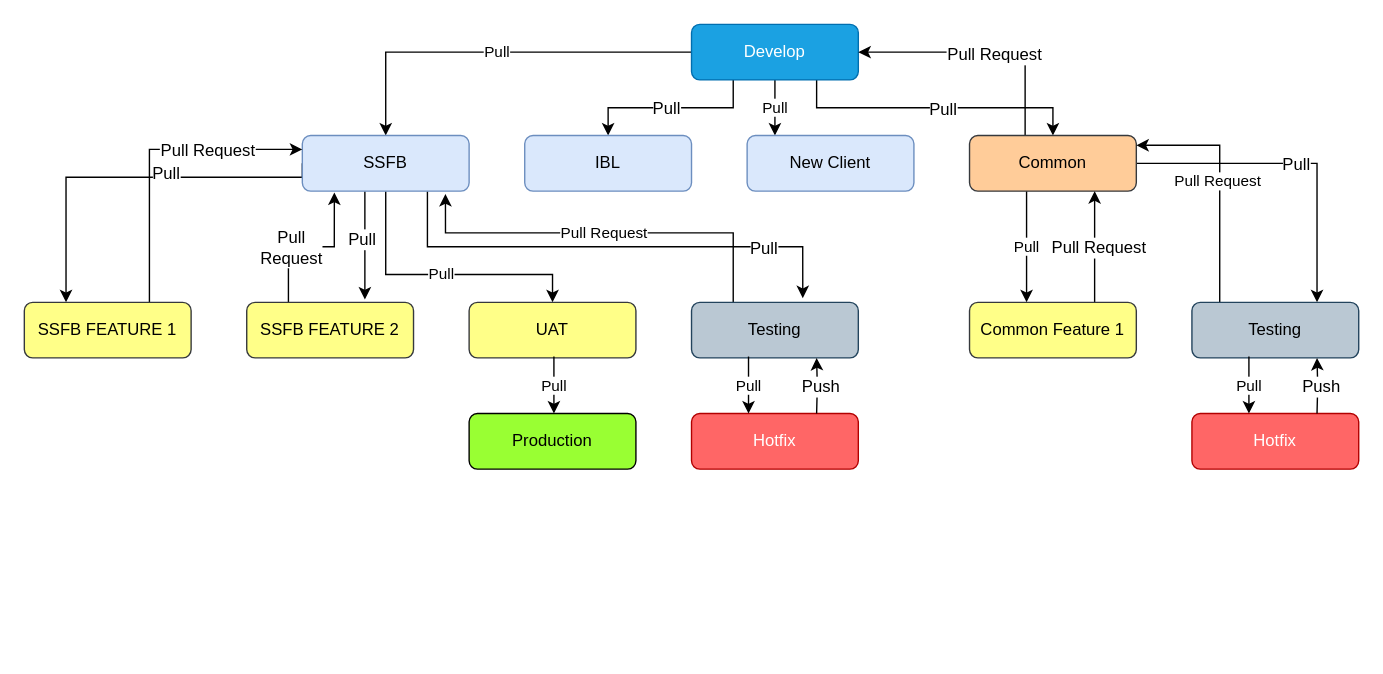
Before: Git Project Branching.drawio in OmprakashAmarwal/Wireframes, a draw.io diagram. Source tidied: cells renumbered, new cells numbered last; positions are measured from the earlier drawing's top-left corner, leaving out a move shared by most shapes. Both pictures are drawn from the tidied source at 139%, with x=0, y=0 at pixel (24, 24).
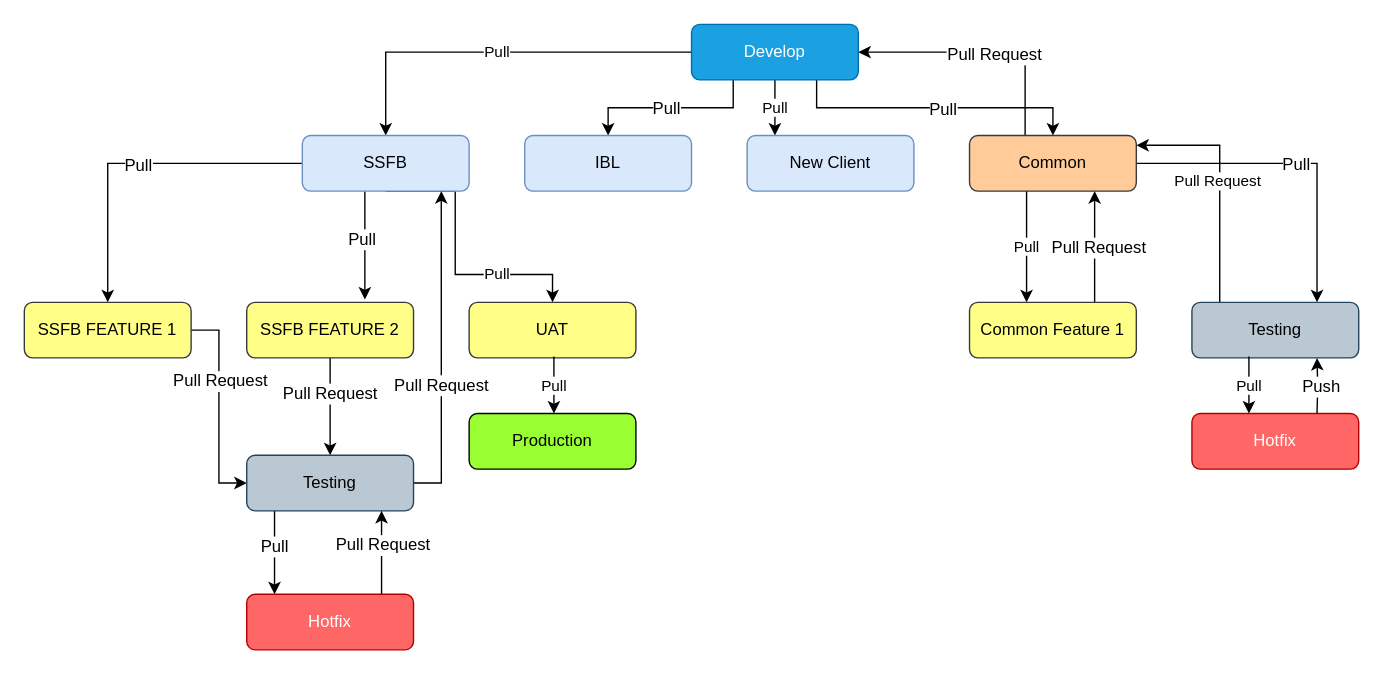
Above is the later version.

Unchanged cells that the change refers to:
```xml
<mxCell id="31" value="SSFB" style="rounded=1;whiteSpace=wrap;html=1;fontSize=12;glass=0;strokeWidth=1;shadow=0;fillColor=#dae8fc;strokeColor=#6c8ebf;" parent="1" vertex="1">
  <mxGeometry x="200" y="80" width="120" height="40" as="geometry" />
</mxCell>
<mxCell id="34" value="SSFB FEATURE 2" style="rounded=1;whiteSpace=wrap;html=1;fontSize=12;glass=0;strokeWidth=1;shadow=0;fillColor=#ffff88;strokeColor=#36393d;" parent="1" vertex="1">
  <mxGeometry x="160" y="200" width="120" height="40" as="geometry" />
</mxCell>
<mxCell id="35" value="UAT" style="rounded=1;whiteSpace=wrap;html=1;fontSize=12;glass=0;strokeWidth=1;shadow=0;fillColor=#ffff88;strokeColor=#36393d;" parent="1" vertex="1">
  <mxGeometry x="320" y="200" width="120" height="40" as="geometry" />
</mxCell>
<mxCell id="38" value="SSFB FEATURE 1" style="rounded=1;whiteSpace=wrap;html=1;fontSize=12;glass=0;strokeWidth=1;shadow=0;fillColor=#ffff88;strokeColor=#36393d;" parent="1" vertex="1">
  <mxGeometry y="200" width="120" height="40" as="geometry" />
</mxCell>
```

What changed in the source:
```diff
@@
-    <mxCell id="24" style="edgeStyle=orthogonalEdgeStyle;rounded=0;jettySize=auto;html=1;exitX=0;exitY=0.5;exitDx=0;exitDy=0;entryX=0.25;entryY=0;entryDx=0;entryDy=0;" parent="1" edge="1" source="31" target="38">
-      <mxGeometry relative="1" as="geometry">
-        <Array as="points">
-          <mxPoint x="200" y="110" />
-          <mxPoint x="30" y="110" />
-        </Array>
-      </mxGeometry>
-    </mxCell>
-    <mxCell id="25" value="Pull" style="text;html=1;align=center;verticalAlign=middle;labelBackgroundColor=#ffffff;" parent="24" vertex="1">
-      <mxGeometry x="-0.19" y="-3" relative="1" as="geometry" />
-    </mxCell>
-    <mxCell id="26" style="edgeStyle=orthogonalEdgeStyle;rounded=0;jettySize=auto;html=1;exitX=0.75;exitY=1;exitDx=0;exitDy=0;entryX=0.667;entryY=-0.075;entryDx=0;entryDy=0;entryPerimeter=0;" parent="1" edge="1" source="31" target="45">
-      <mxGeometry relative="1" as="geometry" />
-    </mxCell>
-    <mxCell id="27" value="Pull" style="text;html=1;align=center;verticalAlign=middle;labelBackgroundColor=#ffffff;" parent="26" vertex="1">
-      <mxGeometry x="0.62" y="-1" relative="1" as="geometry" />
-    </mxCell>
     <mxCell id="28" value="Pull" style="edgeStyle=orthogonalEdgeStyle;rounded=0;jettySize=auto;html=1;exitX=0.5;exitY=1;exitDx=0;exitDy=0;entryX=0.5;entryY=0;entryDx=0;entryDy=0;" parent="1" edge="1" source="31" target="35">
-      <mxGeometry relative="1" as="geometry">
+      <mxGeometry x="0.4" relative="1" as="geometry">
         <Array as="points">
-          <mxPoint x="260" y="180" />
+          <mxPoint x="310" y="120" />
+          <mxPoint x="310" y="180" />
           <mxPoint x="380" y="180" />
         </Array>
       </mxGeometry>
     </mxCell>
@@
+    <mxCell id="24" style="edgeStyle=orthogonalEdgeStyle;rounded=0;jettySize=auto;html=1;entryX=0.5;entryY=0;entryDx=0;entryDy=0;" parent="1" edge="1" source="31" target="38">
+      <mxGeometry relative="1" as="geometry" />
+    </mxCell>
+    <mxCell id="50" value="Pull" style="text;html=1;align=center;verticalAlign=middle;labelBackgroundColor=#ffffff;" parent="24" vertex="1">
+      <mxGeometry x="-0.01" y="1" relative="1" as="geometry" />
+    </mxCell>
@@
-    <mxCell id="32" style="edgeStyle=orthogonalEdgeStyle;rounded=0;jettySize=auto;html=1;exitX=0.25;exitY=0;exitDx=0;exitDy=0;entryX=0.192;entryY=1.025;entryDx=0;entryDy=0;entryPerimeter=0;" parent="1" edge="1" source="34" target="31">
-      <mxGeometry relative="1" as="geometry" />
-    </mxCell>
-    <mxCell id="33" value="Pull&lt;br&gt;Request" style="text;html=1;align=center;verticalAlign=middle;labelBackgroundColor=#ffffff;" parent="32" vertex="1">
-      <mxGeometry x="-0.26" relative="1" as="geometry" />
-    </mxCell>
+    <mxCell id="51" style="edgeStyle=orthogonalEdgeStyle;rounded=0;jettySize=auto;html=1;" parent="1" edge="1" source="34" target="45">
+      <mxGeometry relative="1" as="geometry" />
+    </mxCell>
+    <mxCell id="52" value="Pull Request" style="text;html=1;align=center;verticalAlign=middle;labelBackgroundColor=#ffffff;" parent="51" vertex="1">
+      <mxGeometry x="-0.28" y="-1" relative="1" as="geometry" />
+    </mxCell>
@@
-    <mxCell id="36" style="edgeStyle=orthogonalEdgeStyle;rounded=0;jettySize=auto;html=1;exitX=0.75;exitY=0;exitDx=0;exitDy=0;entryX=0;entryY=0.25;entryDx=0;entryDy=0;" parent="1" edge="1" source="38" target="31">
-      <mxGeometry relative="1" as="geometry" />
-    </mxCell>
-    <mxCell id="37" value="Pull Request" style="text;html=1;align=center;verticalAlign=middle;labelBackgroundColor=#ffffff;" parent="36" vertex="1">
-      <mxGeometry x="0.37" relative="1" as="geometry" />
-    </mxCell>
+    <mxCell id="53" style="edgeStyle=orthogonalEdgeStyle;rounded=0;jettySize=auto;html=1;entryX=0;entryY=0.5;entryDx=0;entryDy=0;" parent="1" edge="1" source="38" target="45">
+      <mxGeometry relative="1" as="geometry" />
+    </mxCell>
+    <mxCell id="54" value="Pull Request" style="text;html=1;align=center;verticalAlign=middle;labelBackgroundColor=#ffffff;" parent="53" vertex="1">
+      <mxGeometry x="-0.26" relative="1" as="geometry" />
+    </mxCell>
@@
+    <mxCell id="55" style="edgeStyle=orthogonalEdgeStyle;rounded=0;orthogonalLoop=1;jettySize=auto;html=1;" parent="1" edge="1">
+      <mxGeometry relative="1" as="geometry">
+        <mxPoint x="180" y="350" as="sourcePoint" />
+        <mxPoint x="180" y="410" as="targetPoint" />
+      </mxGeometry>
+    </mxCell>
+    <mxCell id="56" value="Pull" style="text;html=1;align=center;verticalAlign=middle;labelBackgroundColor=#ffffff;" parent="55" vertex="1">
+      <mxGeometry x="-0.16" y="-1" relative="1" as="geometry" />
+    </mxCell>
-    <mxCell id="44" value="Pull Request" style="edgeStyle=orthogonalEdgeStyle;rounded=0;jettySize=auto;html=1;exitX=0.25;exitY=0;exitDx=0;exitDy=0;entryX=0.858;entryY=1.05;entryDx=0;entryDy=0;entryPerimeter=0;" parent="1" edge="1" source="45" target="31">
+    <mxCell id="44" style="edgeStyle=orthogonalEdgeStyle;rounded=0;jettySize=auto;html=1;entryX=0.833;entryY=1;entryDx=0;entryDy=0;entryPerimeter=0;" parent="1" edge="1" source="45" target="31">
       <mxGeometry relative="1" as="geometry">
         <Array as="points">
-          <mxPoint x="510" y="150" />
-          <mxPoint x="303" y="150" />
+          <mxPoint x="300" y="330" />
         </Array>
       </mxGeometry>
     </mxCell>
+    <mxCell id="57" value="Pull Request" style="text;html=1;align=center;verticalAlign=middle;labelBackgroundColor=#ffffff;" parent="44" vertex="1">
+      <mxGeometry x="-0.21" relative="1" as="geometry" />
+    </mxCell>
     <mxCell id="45" value="Testing" style="rounded=1;whiteSpace=wrap;html=1;fontSize=12;glass=0;strokeWidth=1;shadow=0;fillColor=#bac8d3;strokeColor=#23445d;" parent="1" vertex="1">
-      <mxGeometry x="480" y="200" width="120" height="40" as="geometry" />
+      <mxGeometry x="160" y="310" width="120" height="40" as="geometry" />
     </mxCell>
+    <mxCell id="58" style="edgeStyle=orthogonalEdgeStyle;rounded=0;orthogonalLoop=1;jettySize=auto;html=1;" parent="1" edge="1">
+      <mxGeometry relative="1" as="geometry">
+        <mxPoint x="257" y="410" as="sourcePoint" />
+        <mxPoint x="257" y="350" as="targetPoint" />
+        <Array as="points">
+          <mxPoint x="257" y="380" />
+          <mxPoint x="257" y="380" />
+        </Array>
+      </mxGeometry>
+    </mxCell>
+    <mxCell id="59" value="Pull Request" style="text;html=1;align=center;verticalAlign=middle;labelBackgroundColor=#ffffff;" parent="58" vertex="1">
+      <mxGeometry x="0.19" relative="1" as="geometry" />
+    </mxCell>
     <mxCell id="46" value="Hotfix" style="rounded=1;whiteSpace=wrap;html=1;fontSize=12;glass=0;strokeWidth=1;shadow=0;fillColor=#FF6666;strokeColor=#B20000;fontColor=#ffffff;" parent="1" vertex="1">
-      <mxGeometry x="480" y="280" width="120" height="40" as="geometry" />
+      <mxGeometry x="160" y="410" width="120" height="40" as="geometry" />
     </mxCell>
-    <mxCell id="47" value="Pull" style="edgeStyle=orthogonalEdgeStyle;rounded=0;orthogonalLoop=1;jettySize=auto;html=1;exitX=0.342;exitY=0.975;exitDx=0;exitDy=0;exitPerimeter=0;entryX=0.342;entryY=0;entryDx=0;entryDy=0;entryPerimeter=0;" parent="1" edge="1">
-      <mxGeometry relative="1" as="geometry">
-        <mxPoint x="521" y="239" as="sourcePoint" />
-        <mxPoint x="521" y="280" as="targetPoint" />
-      </mxGeometry>
-    </mxCell>
-    <mxCell id="48" style="edgeStyle=orthogonalEdgeStyle;rounded=0;orthogonalLoop=1;jettySize=auto;html=1;exitX=0.75;exitY=0;exitDx=0;exitDy=0;entryX=0.75;entryY=1;entryDx=0;entryDy=0;" parent="1" edge="1">
-      <mxGeometry relative="1" as="geometry">
-        <mxPoint x="570" y="280" as="sourcePoint" />
-        <mxPoint x="570" y="240" as="targetPoint" />
-      </mxGeometry>
-    </mxCell>
-    <mxCell id="49" value="Push" style="text;html=1;align=center;verticalAlign=middle;labelBackgroundColor=#ffffff;" parent="48" vertex="1">
-      <mxGeometry y="-2" relative="1" as="geometry" />
-    </mxCell>
```
